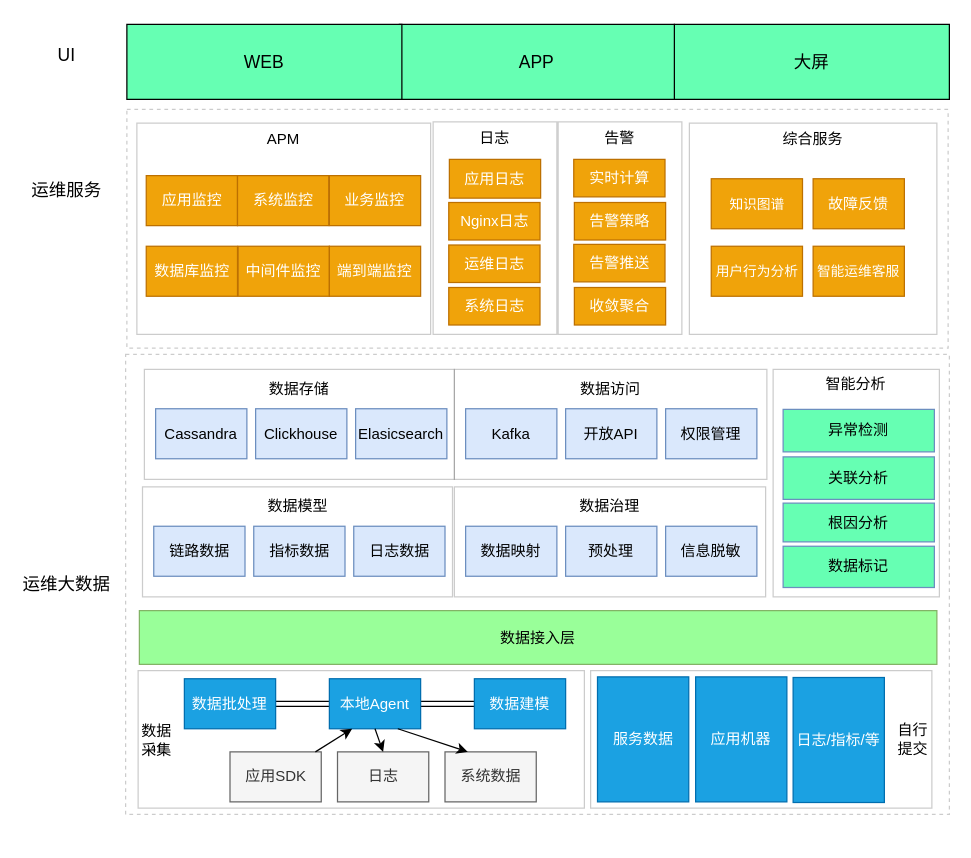
sunface/draw.io keeps this draw.io diagram as 传化盖亚架构图.drawio. Above is the earlier version. Source tidied: cells renumbered, new cells numbered last; positions are measured from the earlier drawing's top-left corner, leaving out a move shared by most shapes. Both pictures are drawn from the tidied source at 125%, with x=0, y=0 at pixel (21, 24).
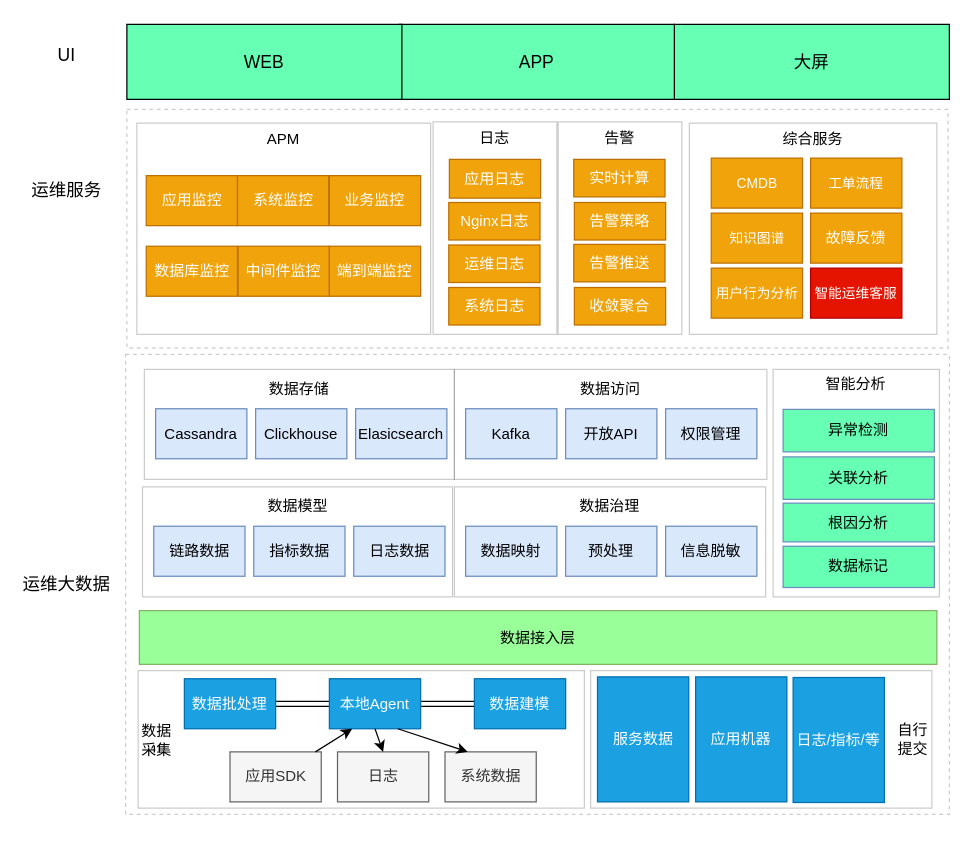
The same diagram, later.

Commit message:
Added 传化盖亚架构图.drawio

Diff of the diagram source:
```diff
@@
     <mxCell id="70" value="故障反馈" style="rounded=0;whiteSpace=wrap;html=1;shadow=0;fillColor=#f0a30a;fontSize=12;strokeColor=#BD7000;fontColor=#ffffff;" parent="1" vertex="1">
-      <mxGeometry x="633" y="123.5" width="73" height="40" as="geometry" />
+      <mxGeometry x="631" y="151" width="73" height="40" as="geometry" />
     </mxCell>
     <mxCell id="71" value="用户行为分析" style="rounded=0;whiteSpace=wrap;html=1;shadow=0;fillColor=#f0a30a;fontSize=11;strokeColor=#BD7000;fontColor=#ffffff;" parent="1" vertex="1">
-      <mxGeometry x="551.5" y="177.5" width="73" height="40" as="geometry" />
+      <mxGeometry x="551.5" y="195" width="73" height="40" as="geometry" />
     </mxCell>
-    <mxCell id="72" value="智能运维客服" style="rounded=0;whiteSpace=wrap;html=1;shadow=0;fillColor=#f0a30a;fontSize=11;strokeColor=#BD7000;fontColor=#ffffff;" parent="1" vertex="1">
-      <mxGeometry x="633" y="177.5" width="73" height="40" as="geometry" />
+    <mxCell id="72" value="智能运维客服" style="rounded=0;whiteSpace=wrap;html=1;shadow=0;fillColor=#e51400;fontSize=11;strokeColor=#B20000;fontColor=#ffffff;" parent="1" vertex="1">
+      <mxGeometry x="631" y="195" width="73" height="40" as="geometry" />
     </mxCell>
     <mxCell id="73" value="知识图谱" style="rounded=0;whiteSpace=wrap;html=1;shadow=0;fillColor=#f0a30a;fontSize=11;strokeColor=#BD7000;fontColor=#ffffff;" parent="1" vertex="1">
-      <mxGeometry x="551.5" y="123.5" width="73" height="40" as="geometry" />
+      <mxGeometry x="551.5" y="151" width="73" height="40" as="geometry" />
     </mxCell>
+    <mxCell id="74" value="CMDB" style="rounded=0;whiteSpace=wrap;html=1;shadow=0;fillColor=#f0a30a;fontSize=11;strokeColor=#BD7000;fontColor=#ffffff;" parent="1" vertex="1">
+      <mxGeometry x="551.5" y="107" width="73" height="40" as="geometry" />
+    </mxCell>
+    <mxCell id="75" value="工单流程" style="rounded=0;whiteSpace=wrap;html=1;shadow=0;fillColor=#f0a30a;fontSize=11;strokeColor=#BD7000;fontColor=#ffffff;" parent="1" vertex="1">
+      <mxGeometry x="631" y="107" width="73" height="40" as="geometry" />
+    </mxCell>
```
